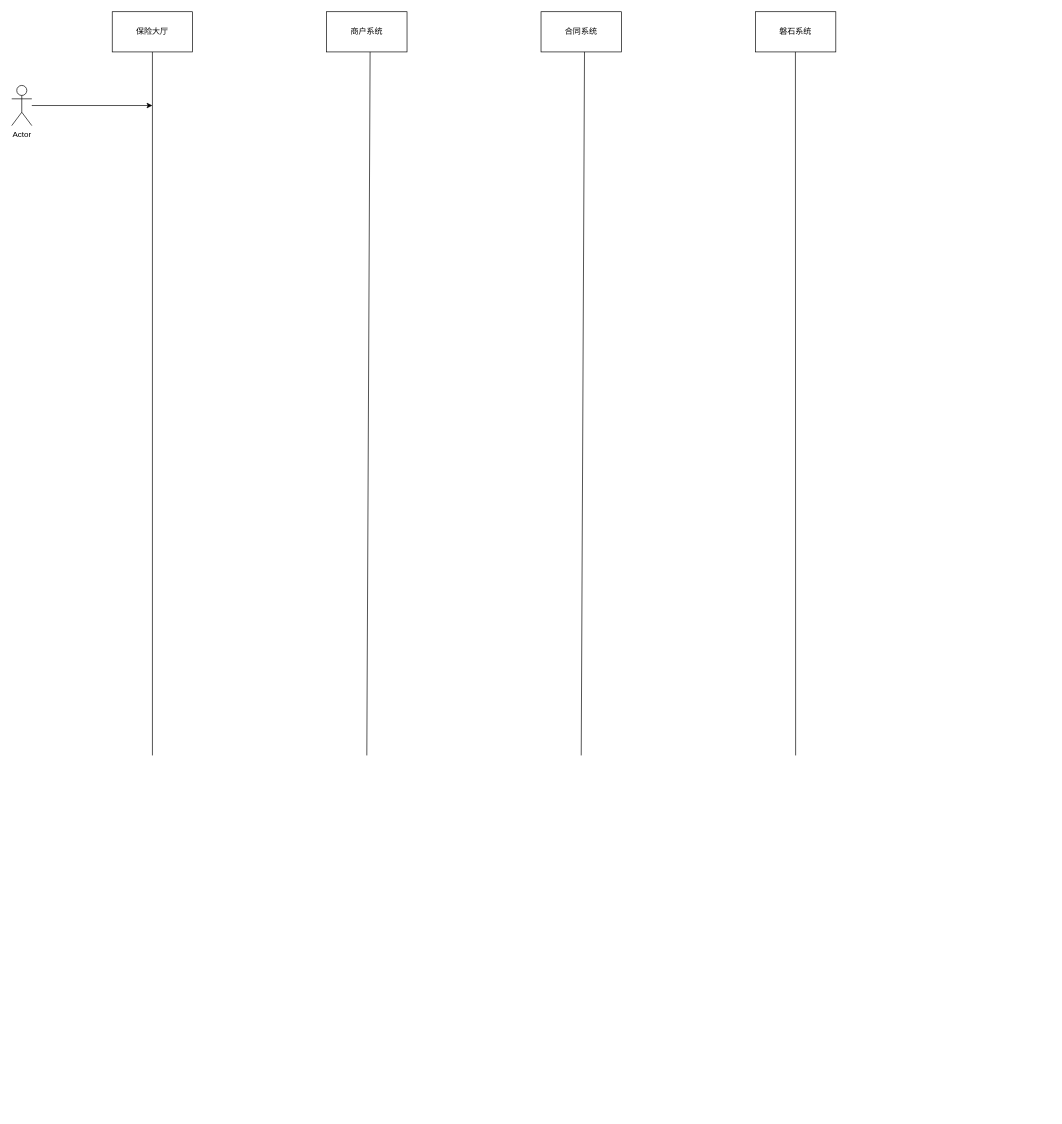
Before: 单个上保险.drawio in rexlin600/diagrams, a draw.io diagram. Source tidied: cells renumbered, new cells numbered last; positions are measured from the earlier drawing's top-left corner, leaving out a move shared by most shapes. Both pictures are drawn from the tidied source at 67%, with x=0, y=0 at pixel (11, 11).
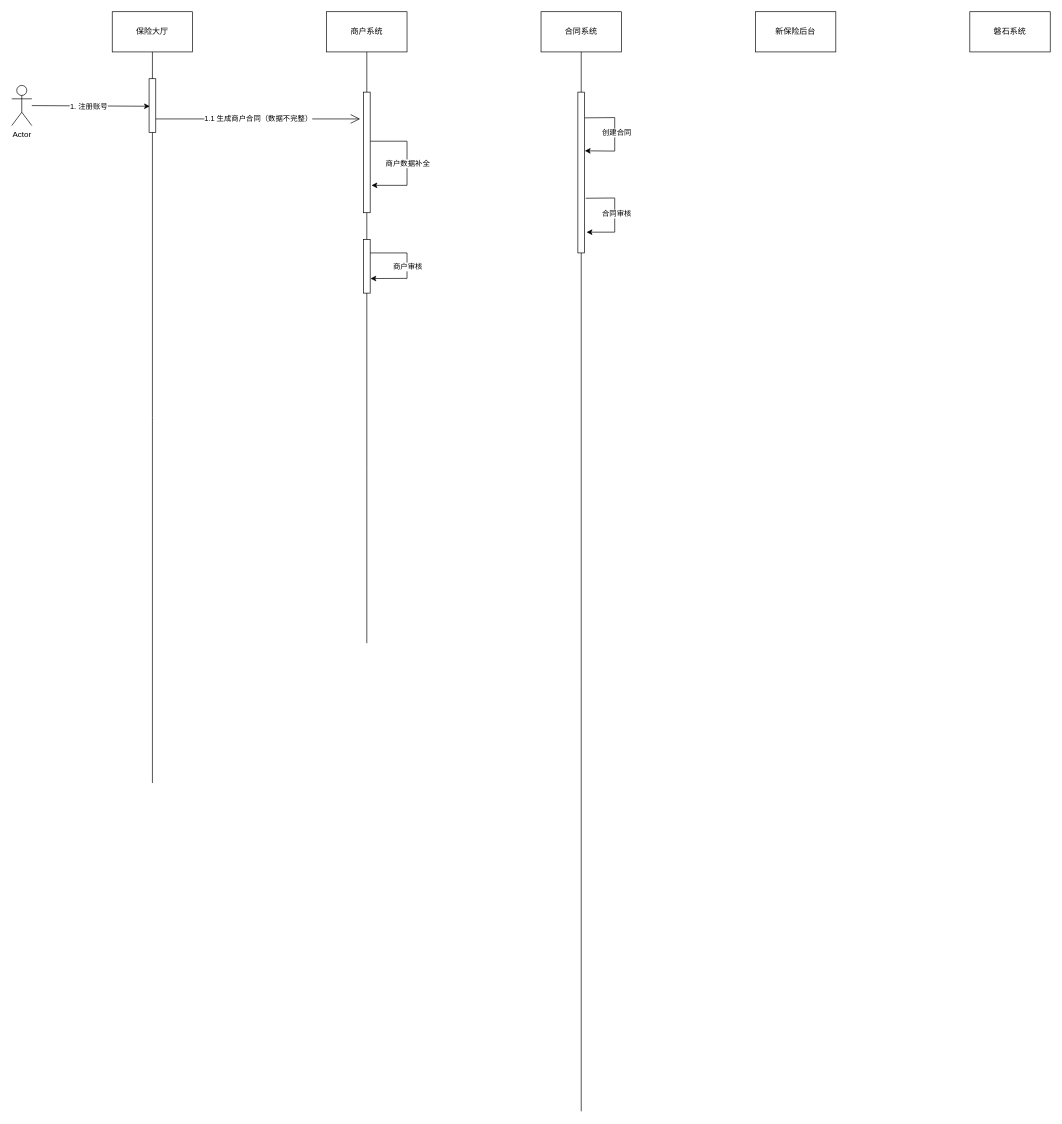
The same diagram, later.

Commit message:
Update 单个上保险.drawio

The change refers to these unchanged cells:
```xml
<mxCell id="3" value="保险大厅" style="rounded=0;whiteSpace=wrap;html=1;" parent="1" vertex="1">
  <mxGeometry x="150" width="120" height="60" as="geometry" />
</mxCell>
<mxCell id="4" value="商户系统" style="rounded=0;whiteSpace=wrap;html=1;" parent="1" vertex="1">
  <mxGeometry x="470" width="120" height="60" as="geometry" />
</mxCell>
<mxCell id="5" value="合同系统" style="rounded=0;whiteSpace=wrap;html=1;" parent="1" vertex="1">
  <mxGeometry x="790" width="120" height="60" as="geometry" />
</mxCell>
<mxCell id="11" value="Actor" style="shape=umlActor;verticalLabelPosition=bottom;verticalAlign=top;html=1;outlineConnect=0;" parent="1" vertex="1">
  <mxGeometry y="110" width="30" height="60" as="geometry" />
</mxCell>
```

Diff of the diagram source:
```diff
@@
-    <mxCell id="2" style="rounded=0;jettySize=auto;html=1;strokeWidth=1;endArrow=none;endFill=0;" parent="1" edge="1" source="3">
-      <mxGeometry relative="1" as="geometry">
-        <mxPoint x="210" y="1110" as="targetPoint" />
-      </mxGeometry>
-    </mxCell>
+    <mxCell id="12" style="html=1;points=[];perimeter=orthogonalPerimeter;" parent="1" vertex="1">
+      <mxGeometry x="525" y="340" width="10" height="80" as="geometry" />
+    </mxCell>
+    <mxCell id="13" style="edgeStyle=orthogonalEdgeStyle;rounded=0;jettySize=auto;html=1;startArrow=none;startFill=0;endArrow=none;endFill=0;strokeWidth=1;" parent="1" edge="1" source="3">
+      <mxGeometry relative="1" as="geometry">
+        <mxPoint x="210" y="1151.2" as="targetPoint" />
+      </mxGeometry>
+    </mxCell>
@@
+    <mxCell id="14" style="edgeStyle=orthogonalEdgeStyle;rounded=0;jettySize=auto;html=1;startArrow=none;startFill=0;endArrow=none;endFill=0;strokeWidth=1;" parent="1" edge="1" source="12">
+      <mxGeometry relative="1" as="geometry">
+        <mxPoint x="530" y="942.5" as="targetPoint" />
+      </mxGeometry>
+    </mxCell>
@@
+    <mxCell id="15" style="edgeStyle=orthogonalEdgeStyle;rounded=0;jettySize=auto;html=1;startArrow=none;startFill=0;endArrow=none;endFill=0;strokeWidth=1;" parent="1" edge="1" source="31">
+      <mxGeometry relative="1" as="geometry">
+        <mxPoint x="850" y="1641.2" as="targetPoint" />
+      </mxGeometry>
+    </mxCell>
@@
-    <mxCell id="6" value="磐石系统" style="rounded=0;whiteSpace=wrap;html=1;" parent="1" vertex="1">
+    <mxCell id="6" value="新保险后台" style="rounded=0;whiteSpace=wrap;html=1;" parent="1" vertex="1">
       <mxGeometry x="1110" width="120" height="60" as="geometry" />
     </mxCell>
-    <mxCell id="7" style="rounded=0;orthogonalLoop=1;jettySize=auto;html=1;strokeWidth=1;endArrow=none;endFill=0;" parent="1" edge="1">
-      <mxGeometry relative="1" as="geometry">
-        <mxPoint x="534.9" y="60" as="sourcePoint" />
-        <mxPoint x="530" y="1110" as="targetPoint" />
-      </mxGeometry>
-    </mxCell>
-    <mxCell id="8" style="rounded=0;orthogonalLoop=1;jettySize=auto;html=1;strokeWidth=1;endArrow=none;endFill=0;" parent="1" edge="1">
-      <mxGeometry relative="1" as="geometry">
-        <mxPoint x="854.9" y="60" as="sourcePoint" />
-        <mxPoint x="850" y="1110" as="targetPoint" />
-      </mxGeometry>
-    </mxCell>
-    <mxCell id="9" style="rounded=0;orthogonalLoop=1;jettySize=auto;html=1;strokeWidth=1;endArrow=none;endFill=0;" parent="1" edge="1">
-      <mxGeometry relative="1" as="geometry">
-        <mxPoint x="1169.7" y="60" as="sourcePoint" />
-        <mxPoint x="1170" y="1110" as="targetPoint" />
-      </mxGeometry>
-    </mxCell>
-    <mxCell id="10" style="edgeStyle=none;rounded=0;jettySize=auto;html=1;endArrow=classic;endFill=1;strokeWidth=1;" parent="1" edge="1" source="11">
-      <mxGeometry relative="1" as="geometry">
-        <mxPoint x="210" y="140" as="targetPoint" />
-      </mxGeometry>
+    <mxCell id="10" style="edgeStyle=none;rounded=0;jettySize=auto;html=1;endArrow=classic;endFill=1;strokeWidth=1;entryX=0.122;entryY=0.514;entryDx=0;entryDy=0;entryPerimeter=0;" parent="1" edge="1" source="11" target="17">
+      <mxGeometry relative="1" as="geometry" />
     </mxCell>
+    <mxCell id="16" value="1. 注册账号" style="edgeLabel;html=1;align=center;verticalAlign=middle;" parent="10" vertex="1">
+      <mxGeometry x="-0.03" relative="1" as="geometry" />
+    </mxCell>
@@
+    <mxCell id="17" style="html=1;points=[];perimeter=orthogonalPerimeter;" parent="1" vertex="1">
+      <mxGeometry x="205" y="100" width="10" height="80" as="geometry" />
+    </mxCell>
+    <mxCell id="18" value="1.1 生成商户合同（数据不完整）" style="endArrow=open;endSize=12;html=1;rounded=0;strokeWidth=1;" parent="1" edge="1">
+      <mxGeometry relative="1" as="geometry">
+        <mxPoint x="215" y="160" as="sourcePoint" />
+        <mxPoint x="520" y="160" as="targetPoint" />
+      </mxGeometry>
+    </mxCell>
+    <mxCell id="19" style="edgeStyle=elbowEdgeStyle;elbow=vertical;endArrow=classic;html=1;rounded=0;strokeWidth=1;exitX=1;exitY=0.407;exitDx=0;exitDy=0;exitPerimeter=0;entryX=1.2;entryY=0.773;entryDx=0;entryDy=0;entryPerimeter=0;" parent="1" edge="1" source="22" target="22">
+      <mxGeometry relative="1" as="geometry">
+        <Array as="points">
+          <mxPoint x="590" y="200" />
+          <mxPoint x="580" y="180" />
+        </Array>
+      </mxGeometry>
+    </mxCell>
+    <mxCell id="20" value="商户数据补全" style="edgeLabel;html=1;align=center;verticalAlign=middle;" parent="19" vertex="1">
+      <mxGeometry x="-0.14" y="2" relative="1" as="geometry">
+        <mxPoint x="-2" y="13" as="offset" />
+      </mxGeometry>
+    </mxCell>
+    <mxCell id="21" value="磐石系统" style="rounded=0;whiteSpace=wrap;html=1;" parent="1" vertex="1">
+      <mxGeometry x="1430" width="120" height="60" as="geometry" />
+    </mxCell>
+    <mxCell id="22" style="html=1;points=[];perimeter=orthogonalPerimeter;" parent="1" vertex="1">
+      <mxGeometry x="525" y="120" width="10" height="180" as="geometry" />
+    </mxCell>
+    <mxCell id="23" style="edgeStyle=orthogonalEdgeStyle;rounded=0;jettySize=auto;html=1;startArrow=none;startFill=0;endArrow=none;endFill=0;strokeWidth=1;" parent="1" edge="1" source="4" target="22">
+      <mxGeometry relative="1" as="geometry" />
+    </mxCell>
+    <mxCell id="24" style="edgeStyle=orthogonalEdgeStyle;rounded=0;jettySize=auto;html=1;startArrow=none;startFill=0;endArrow=none;endFill=0;strokeWidth=1;" parent="1" edge="1" source="22" target="12">
+      <mxGeometry relative="1" as="geometry" />
+    </mxCell>
+    <mxCell id="25" style="endArrow=classic;html=1;rounded=0;strokeWidth=1;entryX=1.042;entryY=0.728;entryDx=0;entryDy=0;entryPerimeter=0;" parent="1" edge="1" target="12">
+      <mxGeometry relative="1" as="geometry">
+        <mxPoint x="535" y="360" as="sourcePoint" />
+        <Array as="points">
+          <mxPoint x="590" y="360" />
+          <mxPoint x="590" y="398" />
+        </Array>
+      </mxGeometry>
+    </mxCell>
+    <mxCell id="26" value="商户审核" style="edgeLabel;html=1;align=center;verticalAlign=middle;" parent="25" vertex="1">
+      <mxGeometry x="-0.1" relative="1" as="geometry">
+        <mxPoint y="9" as="offset" />
+      </mxGeometry>
+    </mxCell>
+    <mxCell id="27" style="endArrow=classic;html=1;rounded=0;strokeWidth=1;exitX=1.033;exitY=0.16;exitDx=0;exitDy=0;exitPerimeter=0;entryX=1.033;entryY=0.365;entryDx=0;entryDy=0;entryPerimeter=0;" parent="1" edge="1" source="31" target="31">
+      <mxGeometry relative="1" as="geometry">
+        <Array as="points">
+          <mxPoint x="900" y="158" />
+          <mxPoint x="900" y="208" />
+        </Array>
+      </mxGeometry>
+    </mxCell>
+    <mxCell id="28" value="创建合同" style="edgeLabel;html=1;align=center;verticalAlign=middle;" parent="27" vertex="1">
+      <mxGeometry x="-0.04" y="2" relative="1" as="geometry" />
+    </mxCell>
+    <mxCell id="29" style="endArrow=classic;html=1;rounded=0;strokeWidth=1;exitX=1.167;exitY=0.66;exitDx=0;exitDy=0;exitPerimeter=0;entryX=1.3;entryY=0.871;entryDx=0;entryDy=0;entryPerimeter=0;" parent="1" edge="1" source="31" target="31">
+      <mxGeometry relative="1" as="geometry">
+        <Array as="points">
+          <mxPoint x="900" y="278" />
+          <mxPoint x="900" y="329" />
+        </Array>
+      </mxGeometry>
+    </mxCell>
+    <mxCell id="30" value="合同审核" style="edgeLabel;html=1;align=center;verticalAlign=middle;" parent="29" vertex="1">
+      <mxGeometry x="-0.13" y="2" relative="1" as="geometry">
+        <mxPoint y="8" as="offset" />
+      </mxGeometry>
+    </mxCell>
+    <mxCell id="31" style="html=1;points=[];perimeter=orthogonalPerimeter;" parent="1" vertex="1">
+      <mxGeometry x="845" y="120" width="10" height="240" as="geometry" />
+    </mxCell>
+    <mxCell id="32" style="edgeStyle=orthogonalEdgeStyle;rounded=0;jettySize=auto;html=1;startArrow=none;startFill=0;endArrow=none;endFill=0;strokeWidth=1;" parent="1" edge="1" source="5" target="31">
+      <mxGeometry relative="1" as="geometry" />
+    </mxCell>
```
